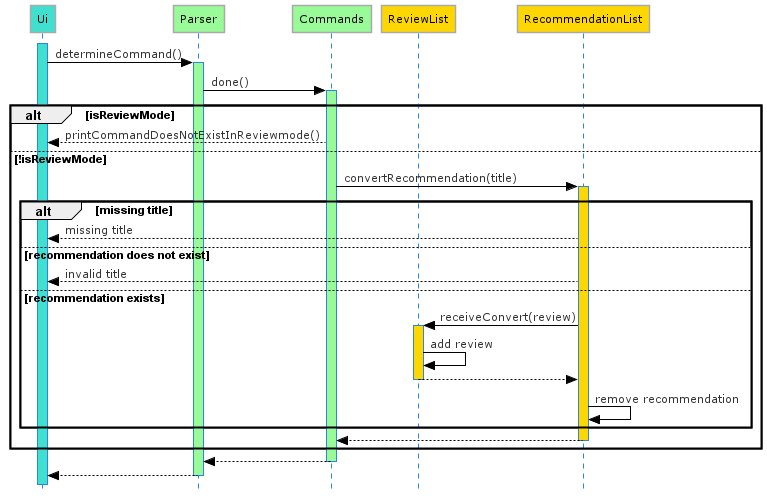
This is docs/diagrams/Done_Sequence_Diagram.png from nus-cs2113-AY2021S2/tp, a PlantUML export, as it was before one commit.
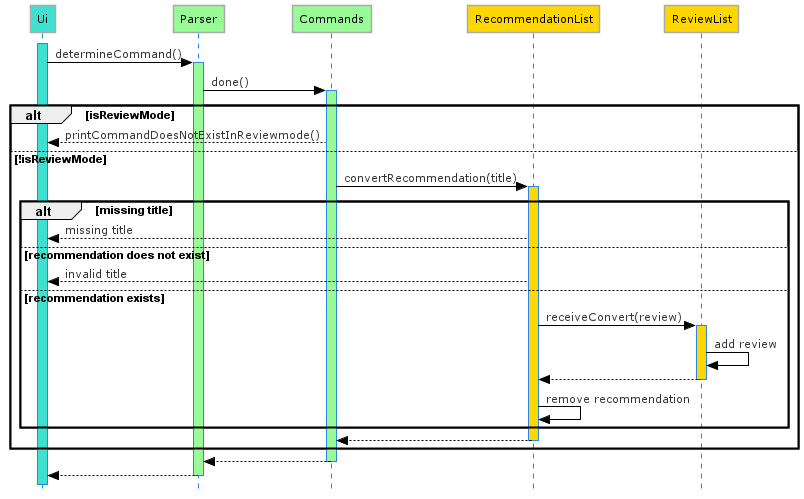
Later version of the same file.

The edit, as a diff of the source:
```diff
@@ -6,8 +6,8 @@
 participant Ui #Turquoise
 participant Parser #PaleGreen
 participant Commands #PaleGreen
+participant RecommendationList #Gold
 participant ReviewList #Gold
-participant RecommendationList #Gold
 
 activate Ui #Turquoise
 Ui -> Parser : determineCommand()
```
